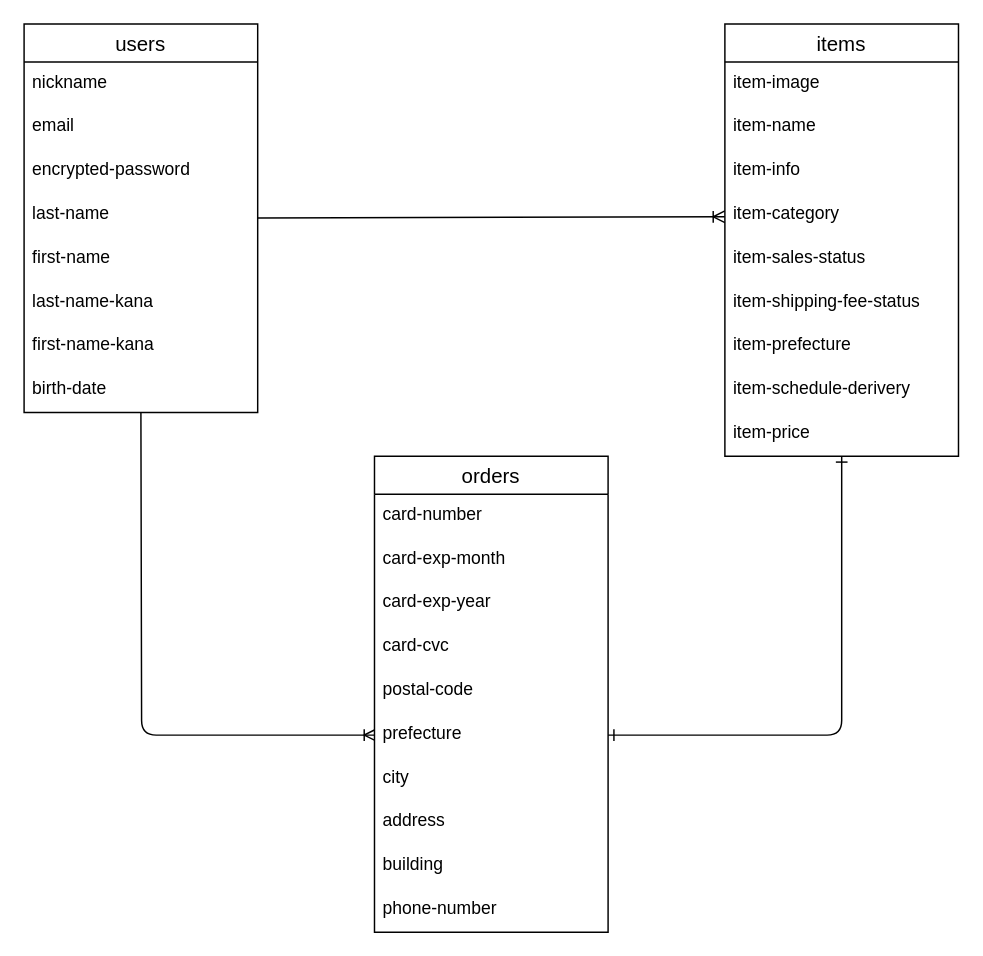
Above: er.dio in yuhorn/furima-38660 (draw.io), before the change. Source tidied: cells renumbered, new cells numbered last; positions are measured from the earlier drawing's top-left corner, leaving out a move shared by most shapes. Both pictures are drawn from the tidied source at 146%, with x=0, y=0 at pixel (23, 23).
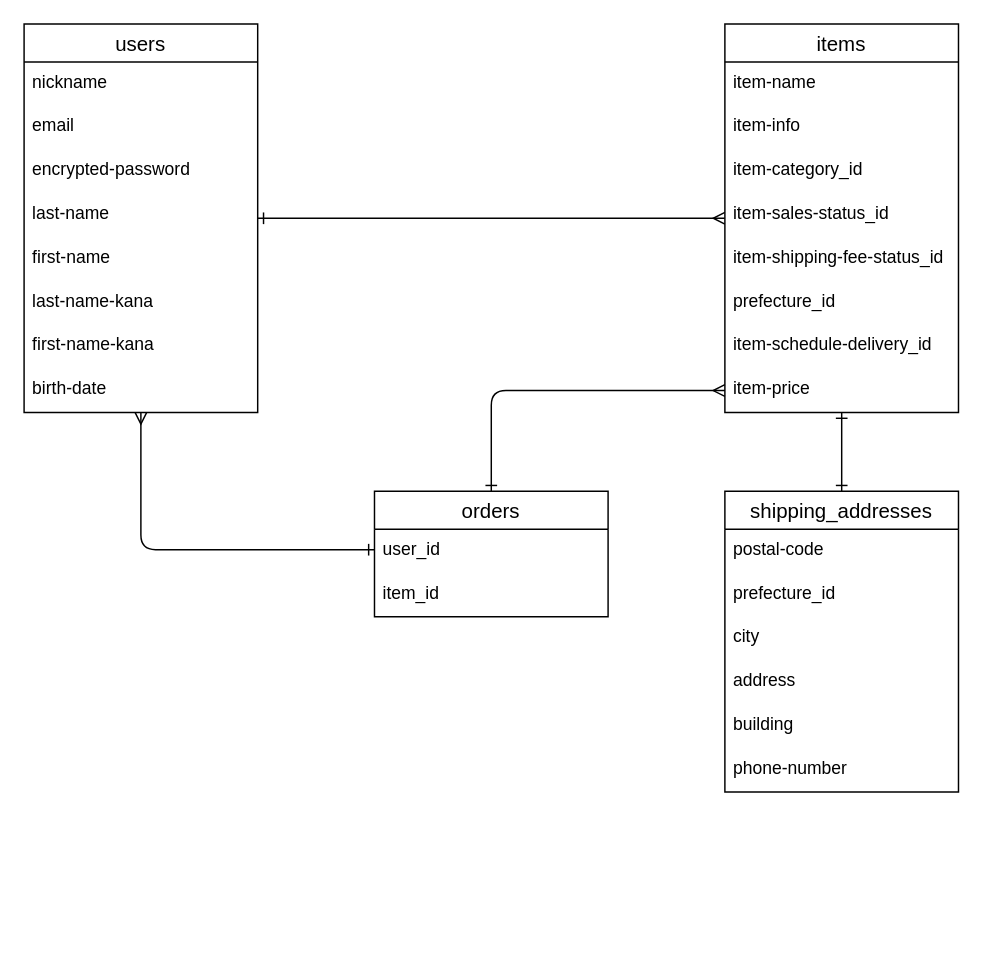
Above is the later version.

Commit message (it also covers changes not shown here):
レビュー後修正

The change refers to these unchanged cells:
```xml
<mxCell id="4" value="users" style="swimlane;fontStyle=0;horizontal=1;startSize=26;align=center;fontSize=14;labelBackgroundColor=default;labelBorderColor=none;swimlaneFillColor=default;" parent="1" vertex="1">
  <mxGeometry width="160" height="266" as="geometry" />
</mxCell>
<mxCell id="8" value="last-name" style="text;strokeColor=none;fillColor=none;spacingLeft=4;spacingRight=4;overflow=hidden;points=[[0,0.5],[1,0.5]];portConstraint=eastwest;fontSize=12;" parent="4" vertex="1">
  <mxGeometry y="116" width="160" height="30" as="geometry" />
</mxCell>
```

What changed in the source:
```diff
@@
-    <mxCell id="2" style="edgeStyle=orthogonalEdgeStyle;html=1;endArrow=ERoneToMany;endFill=0;entryX=0.006;entryY=0.5;entryDx=0;entryDy=0;entryPerimeter=0;" parent="1" edge="1" target="29">
-      <mxGeometry relative="1" as="geometry">
-        <mxPoint x="80" y="260" as="sourcePoint" />
-      </mxGeometry>
-    </mxCell>
-    <mxCell id="3" style="edgeStyle=none;html=1;endArrow=ERoneToMany;endFill=0;entryX=0;entryY=0.533;entryDx=0;entryDy=0;entryPerimeter=0;" parent="1" edge="1" source="4" target="17">
+    <mxCell id="3" style="edgeStyle=none;html=1;endArrow=ERmany;endFill=0;startArrow=ERone;startFill=0;exitX=1;exitY=0.567;exitDx=0;exitDy=0;exitPerimeter=0;" parent="1" edge="1" source="8" target="13">
       <mxGeometry relative="1" as="geometry" />
     </mxCell>
@@
     <mxCell id="13" value="items" style="swimlane;fontStyle=0;horizontal=1;startSize=26;align=center;fontSize=14;labelBackgroundColor=default;labelBorderColor=none;swimlaneFillColor=default;" parent="1" vertex="1">
-      <mxGeometry x="480" width="160" height="296" as="geometry" />
+      <mxGeometry x="480" width="160" height="266" as="geometry" />
     </mxCell>
-    <mxCell id="14" value="item-image" style="text;strokeColor=none;fillColor=none;spacingLeft=4;spacingRight=4;overflow=hidden;fontSize=12;" parent="13" vertex="1">
-      <mxGeometry y="26" width="160" height="30" as="geometry" />
-    </mxCell>
     <mxCell id="15" value="item-name" style="text;strokeColor=none;fillColor=none;spacingLeft=4;spacingRight=4;overflow=hidden;fontSize=12;" parent="13" vertex="1">
-      <mxGeometry y="56" width="160" height="30" as="geometry" />
+      <mxGeometry y="26" width="160" height="30" as="geometry" />
     </mxCell>
     <mxCell id="16" value="item-info" style="text;strokeColor=none;fillColor=none;spacingLeft=4;spacingRight=4;overflow=hidden;fontSize=12;" parent="13" vertex="1">
-      <mxGeometry y="86" width="160" height="30" as="geometry" />
+      <mxGeometry y="56" width="160" height="30" as="geometry" />
     </mxCell>
-    <mxCell id="17" value="item-category" style="text;strokeColor=none;fillColor=none;spacingLeft=4;spacingRight=4;overflow=hidden;points=[[0,0.5],[1,0.5]];portConstraint=eastwest;fontSize=12;" parent="13" vertex="1">
-      <mxGeometry y="116" width="160" height="30" as="geometry" />
+    <mxCell id="17" value="item-category_id" style="text;strokeColor=none;fillColor=none;spacingLeft=4;spacingRight=4;overflow=hidden;points=[[0,0.5],[1,0.5]];portConstraint=eastwest;fontSize=12;" parent="13" vertex="1">
+      <mxGeometry y="86" width="160" height="30" as="geometry" />
     </mxCell>
-    <mxCell id="18" value="item-sales-status" style="text;strokeColor=none;fillColor=none;spacingLeft=4;spacingRight=4;overflow=hidden;fontSize=12;" parent="13" vertex="1">
-      <mxGeometry y="146" width="160" height="30" as="geometry" />
+    <mxCell id="18" value="item-sales-status_id" style="text;strokeColor=none;fillColor=none;spacingLeft=4;spacingRight=4;overflow=hidden;fontSize=12;" parent="13" vertex="1">
+      <mxGeometry y="116" width="160" height="30" as="geometry" />
     </mxCell>
-    <mxCell id="19" value="item-shipping-fee-status" style="text;strokeColor=none;fillColor=none;spacingLeft=4;spacingRight=4;overflow=hidden;fontSize=12;" parent="13" vertex="1">
-      <mxGeometry y="176" width="160" height="30" as="geometry" />
+    <mxCell id="19" value="item-shipping-fee-status_id" style="text;strokeColor=none;fillColor=none;spacingLeft=4;spacingRight=4;overflow=hidden;fontSize=12;" parent="13" vertex="1">
+      <mxGeometry y="146" width="160" height="30" as="geometry" />
     </mxCell>
-    <mxCell id="20" value="item-prefecture" style="text;strokeColor=none;fillColor=none;spacingLeft=4;spacingRight=4;overflow=hidden;fontSize=12;" parent="13" vertex="1">
-      <mxGeometry y="206" width="160" height="30" as="geometry" />
+    <mxCell id="20" value="prefecture_id" style="text;strokeColor=none;fillColor=none;spacingLeft=4;spacingRight=4;overflow=hidden;fontSize=12;" parent="13" vertex="1">
+      <mxGeometry y="176" width="160" height="30" as="geometry" />
     </mxCell>
-    <mxCell id="21" value="item-schedule-derivery" style="text;strokeColor=none;fillColor=none;spacingLeft=4;spacingRight=4;overflow=hidden;fontSize=12;" parent="13" vertex="1">
-      <mxGeometry y="236" width="160" height="30" as="geometry" />
+    <mxCell id="21" value="item-schedule-delivery_id" style="text;strokeColor=none;fillColor=none;spacingLeft=4;spacingRight=4;overflow=hidden;fontSize=12;" parent="13" vertex="1">
+      <mxGeometry y="206" width="160" height="30" as="geometry" />
     </mxCell>
     <mxCell id="22" value="item-price" style="text;strokeColor=none;fillColor=none;spacingLeft=4;spacingRight=4;overflow=hidden;points=[[0,0.5],[1,0.5]];portConstraint=eastwest;fontSize=12;" parent="13" vertex="1">
-      <mxGeometry y="266" width="160" height="30" as="geometry" />
+      <mxGeometry y="236" width="160" height="30" as="geometry" />
     </mxCell>
+    <mxCell id="35" style="edgeStyle=orthogonalEdgeStyle;html=1;startArrow=ERone;startFill=0;endArrow=ERmany;endFill=0;" parent="1" edge="1" source="23" target="22">
+      <mxGeometry relative="1" as="geometry" />
+    </mxCell>
     <mxCell id="23" value="orders" style="swimlane;fontStyle=0;horizontal=1;startSize=26;align=center;fontSize=14;labelBackgroundColor=default;labelBorderColor=none;swimlaneFillColor=default;" parent="1" vertex="1">
-      <mxGeometry x="240" y="296" width="160" height="326" as="geometry" />
+      <mxGeometry x="240" y="320" width="160" height="86" as="geometry" />
     </mxCell>
-    <mxCell id="24" value="card-number" style="text;strokeColor=none;fillColor=none;spacingLeft=4;spacingRight=4;overflow=hidden;fontSize=12;" parent="23" vertex="1">
-      <mxGeometry y="26" width="160" height="30" as="geometry" />
-    </mxCell>
-    <mxCell id="25" value="card-exp-month" style="text;strokeColor=none;fillColor=none;spacingLeft=4;spacingRight=4;overflow=hidden;fontSize=12;" parent="23" vertex="1">
-      <mxGeometry y="56" width="160" height="30" as="geometry" />
-    </mxCell>
-    <mxCell id="26" value="card-exp-year" style="text;strokeColor=none;fillColor=none;spacingLeft=4;spacingRight=4;overflow=hidden;fontSize=12;" parent="23" vertex="1">
-      <mxGeometry y="86" width="160" height="30" as="geometry" />
-    </mxCell>
-    <mxCell id="27" value="card-cvc" style="text;strokeColor=none;fillColor=none;spacingLeft=4;spacingRight=4;overflow=hidden;fontSize=12;" parent="23" vertex="1">
-      <mxGeometry y="116" width="160" height="30" as="geometry" />
-    </mxCell>
+    <mxCell id="36" value="user_id" style="text;strokeColor=none;fillColor=none;spacingLeft=4;spacingRight=4;overflow=hidden;points=[[0,0.5],[1,0.5]];portConstraint=eastwest;fontSize=12;" parent="23" vertex="1">
+      <mxGeometry y="26" width="160" height="30" as="geometry" />
+    </mxCell>
+    <mxCell id="37" value="item_id" style="text;strokeColor=none;fillColor=none;spacingLeft=4;spacingRight=4;overflow=hidden;fontSize=12;" parent="23" vertex="1">
+      <mxGeometry y="56" width="160" height="30" as="geometry" />
+    </mxCell>
+    <mxCell id="34" style="html=1;startArrow=ERone;startFill=0;endArrow=ERone;endFill=0;entryX=0.5;entryY=0;entryDx=0;entryDy=0;entryPerimeter=0;" parent="1" edge="1" source="13" target="38">
+      <mxGeometry relative="1" as="geometry" />
+    </mxCell>
+    <mxCell id="38" value="shipping_addresses" style="swimlane;fontStyle=0;horizontal=1;startSize=26;align=center;fontSize=14;" parent="1" vertex="1">
+      <mxGeometry x="480" y="320" width="160" height="206" as="geometry" />
+    </mxCell>
-    <mxCell id="28" value="postal-code" style="text;strokeColor=none;fillColor=none;spacingLeft=4;spacingRight=4;overflow=hidden;fontSize=12;" parent="23" vertex="1">
-      <mxGeometry y="146" width="160" height="30" as="geometry" />
+    <mxCell id="28" value="postal-code" style="text;strokeColor=none;fillColor=none;spacingLeft=4;spacingRight=4;overflow=hidden;fontSize=12;" parent="38" vertex="1">
+      <mxGeometry y="26" width="160" height="30" as="geometry" />
     </mxCell>
-    <mxCell id="29" value="prefecture" style="text;strokeColor=none;fillColor=none;spacingLeft=4;spacingRight=4;overflow=hidden;points=[[0,0.5],[1,0.5]];portConstraint=eastwest;fontSize=12;" parent="23" vertex="1">
-      <mxGeometry y="176" width="160" height="30" as="geometry" />
+    <mxCell id="29" value="prefecture_id" style="text;strokeColor=none;fillColor=none;spacingLeft=4;spacingRight=4;overflow=hidden;points=[[0,0.5],[1,0.5]];portConstraint=eastwest;fontSize=12;" parent="38" vertex="1">
+      <mxGeometry y="56" width="160" height="30" as="geometry" />
     </mxCell>
-    <mxCell id="30" value="city" style="text;strokeColor=none;fillColor=none;spacingLeft=4;spacingRight=4;overflow=hidden;fontSize=12;" parent="23" vertex="1">
-      <mxGeometry y="206" width="160" height="30" as="geometry" />
+    <mxCell id="30" value="city" style="text;strokeColor=none;fillColor=none;spacingLeft=4;spacingRight=4;overflow=hidden;fontSize=12;" parent="38" vertex="1">
+      <mxGeometry y="86" width="160" height="30" as="geometry" />
     </mxCell>
-    <mxCell id="31" value="address" style="text;strokeColor=none;fillColor=none;spacingLeft=4;spacingRight=4;overflow=hidden;fontSize=12;" parent="23" vertex="1">
-      <mxGeometry y="236" width="160" height="30" as="geometry" />
+    <mxCell id="31" value="address" style="text;strokeColor=none;fillColor=none;spacingLeft=4;spacingRight=4;overflow=hidden;fontSize=12;" parent="38" vertex="1">
+      <mxGeometry y="116" width="160" height="30" as="geometry" />
     </mxCell>
-    <mxCell id="32" value="building" style="text;strokeColor=none;fillColor=none;spacingLeft=4;spacingRight=4;overflow=hidden;fontSize=12;" parent="23" vertex="1">
-      <mxGeometry y="266" width="160" height="30" as="geometry" />
+    <mxCell id="32" value="building" style="text;strokeColor=none;fillColor=none;spacingLeft=4;spacingRight=4;overflow=hidden;fontSize=12;" parent="38" vertex="1">
+      <mxGeometry y="146" width="160" height="30" as="geometry" />
     </mxCell>
-    <mxCell id="33" value="phone-number" style="text;strokeColor=none;fillColor=none;spacingLeft=4;spacingRight=4;overflow=hidden;fontSize=12;" parent="23" vertex="1">
-      <mxGeometry y="296" width="160" height="30" as="geometry" />
+    <mxCell id="33" value="phone-number" style="text;strokeColor=none;fillColor=none;spacingLeft=4;spacingRight=4;overflow=hidden;fontSize=12;" parent="38" vertex="1">
+      <mxGeometry y="176" width="160" height="30" as="geometry" />
     </mxCell>
-    <mxCell id="34" style="edgeStyle=orthogonalEdgeStyle;html=1;startArrow=ERone;startFill=0;endArrow=ERone;endFill=0;" parent="1" edge="1" source="29" target="13">
-      <mxGeometry relative="1" as="geometry" />
-    </mxCell>
+    <mxCell id="2" style="edgeStyle=orthogonalEdgeStyle;html=1;endArrow=ERmany;endFill=0;startArrow=ERone;startFill=0;exitX=0;exitY=0.467;exitDx=0;exitDy=0;exitPerimeter=0;" parent="1" edge="1" source="36" target="4">
+      <mxGeometry relative="1" as="geometry" />
+    </mxCell>
```
